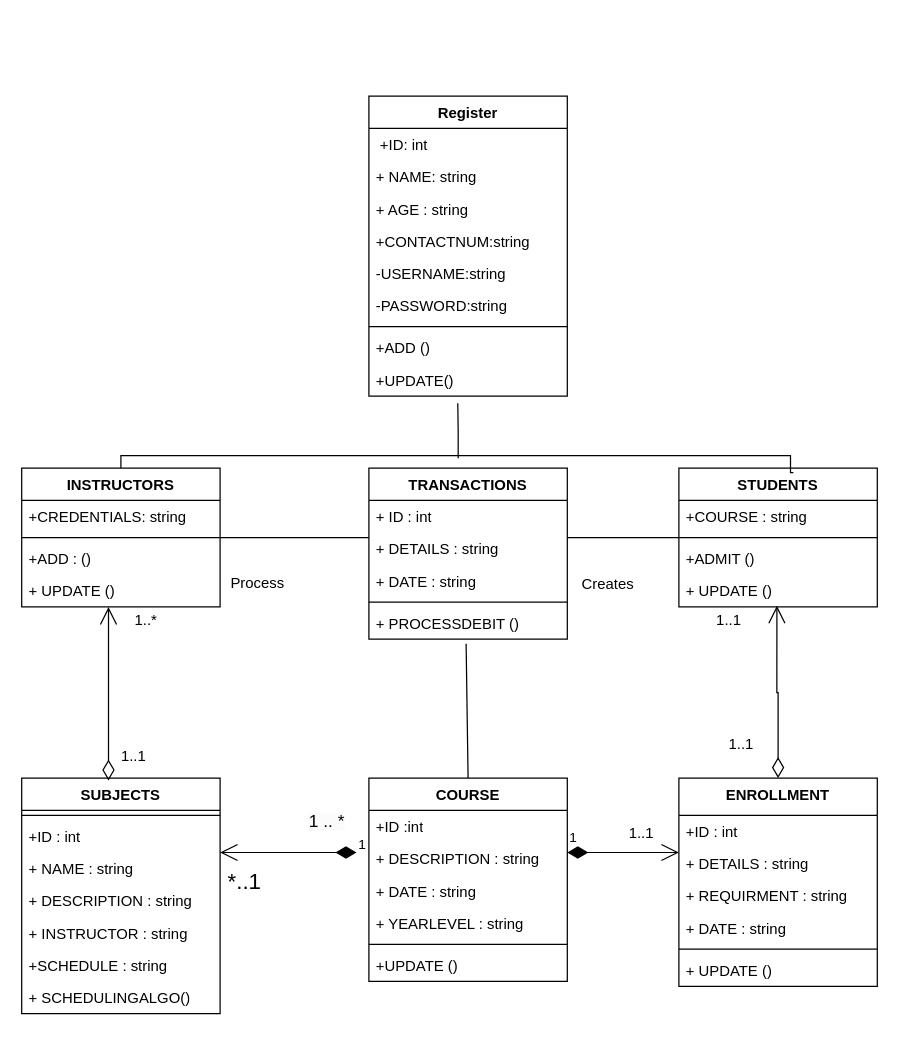
rslatif/draw.io- keeps this draw.io diagram as Class Diagram.drawio. Above is the earlier version. Source tidied: cells renumbered, new cells numbered last; positions are measured from the earlier drawing's top-left corner, leaving out a move shared by most shapes. Both pictures are drawn from the tidied source at 124%, with x=0, y=0 at pixel (21, 95).
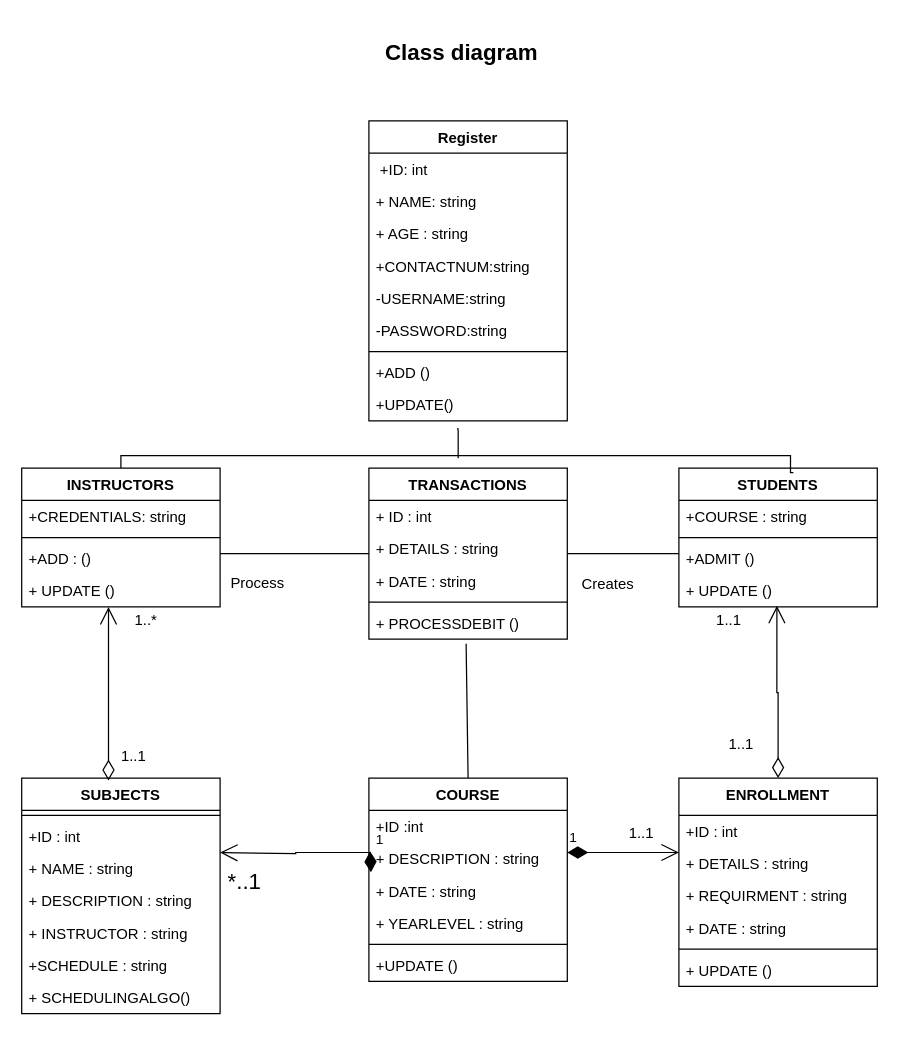
The same diagram, later.

Unchanged cells that the change refers to:
```xml
<mxCell id="38" value="+ DESCRIPTION : string" style="text;strokeColor=none;fillColor=none;align=left;verticalAlign=top;spacingLeft=4;spacingRight=4;overflow=hidden;points=[[0,0.5],[1,0.5]];portConstraint=eastwest;whiteSpace=wrap;html=1;" parent="36" vertex="1">
  <mxGeometry y="52" width="160" height="26" as="geometry" />
</mxCell>
```

The edit, as a diff of the source:
```diff
@@
     <mxCell id="2" value="Register" style="swimlane;fontStyle=1;align=center;verticalAlign=top;horizontal=1;startSize=26;whiteSpace=wrap;html=1;" parent="1" vertex="1">
-      <mxGeometry x="280" width="160" height="242" as="geometry" />
+      <mxGeometry x="280" y="20" width="160" height="242" as="geometry" />
     </mxCell>
@@
-    <mxCell id="51" value="1" style="endArrow=open;html=1;endSize=12;startArrow=diamondThin;startSize=14;startFill=1;edgeStyle=orthogonalEdgeStyle;align=left;verticalAlign=bottom;rounded=0;" parent="1" edge="1">
+    <mxCell id="51" value="1" style="endArrow=open;html=1;endSize=12;startArrow=diamondThin;startSize=14;startFill=1;edgeStyle=orthogonalEdgeStyle;align=left;verticalAlign=bottom;rounded=0;exitX=0.006;exitY=0.269;exitDx=0;exitDy=0;exitPerimeter=0;" parent="1" edge="1" source="38">
       <mxGeometry x="-1" y="3" relative="1" as="geometry">
-        <mxPoint x="270" y="610" as="sourcePoint" />
         <mxPoint x="160" y="610" as="targetPoint" />
+        <Array as="points">
+          <mxPoint x="281" y="610" />
+          <mxPoint x="221" y="610" />
+          <mxPoint x="221" y="611" />
+        </Array>
       </mxGeometry>
     </mxCell>
@@
-    <mxCell id="53" value="&lt;span style=&quot;color: rgb(0, 0, 0); font-family: Helvetica; font-style: normal; font-variant-ligatures: normal; font-variant-caps: normal; font-weight: 400; letter-spacing: normal; orphans: 2; text-align: center; text-indent: 0px; text-transform: none; widows: 2; word-spacing: 0px; -webkit-text-stroke-width: 0px; white-space: normal; background-color: rgb(251, 251, 251); text-decoration-thickness: initial; text-decoration-style: initial; text-decoration-color: initial; float: none; display: inline !important;&quot;&gt;&lt;font style=&quot;font-size: 14px;&quot;&gt;1 .. *&lt;/font&gt;&lt;/span&gt;" style="text;whiteSpace=wrap;html=1;" parent="1" vertex="1">
-      <mxGeometry x="230" y="570" width="100" height="90" as="geometry" />
-    </mxCell>
@@
     <mxCell id="62" style="line;strokeWidth=1;fillColor=none;align=left;verticalAlign=middle;spacingTop=-1;spacingLeft=3;spacingRight=3;labelPosition=right;strokeColor=inherit;" parent="1" vertex="1">
-      <mxGeometry x="160" y="352" width="120" height="8" as="geometry" />
+      <mxGeometry x="160" y="365" width="120" height="8" as="geometry" />
     </mxCell>
     <mxCell id="63" style="line;strokeWidth=1;fillColor=none;align=left;verticalAlign=middle;spacingTop=-1;spacingLeft=3;spacingRight=3;labelPosition=right;strokeColor=inherit;" parent="1" vertex="1">
-      <mxGeometry x="440" y="352" width="90" height="8" as="geometry" />
+      <mxGeometry x="440" y="365" width="90" height="8" as="geometry" />
     </mxCell>
@@
+    <mxCell id="69" value="&lt;h2&gt;Class diagram&lt;/h2&gt;" style="text;html=1;align=center;verticalAlign=middle;whiteSpace=wrap;rounded=0;" parent="1" vertex="1">
+      <mxGeometry x="240" y="-50" width="230" height="30" as="geometry" />
+    </mxCell>
```
